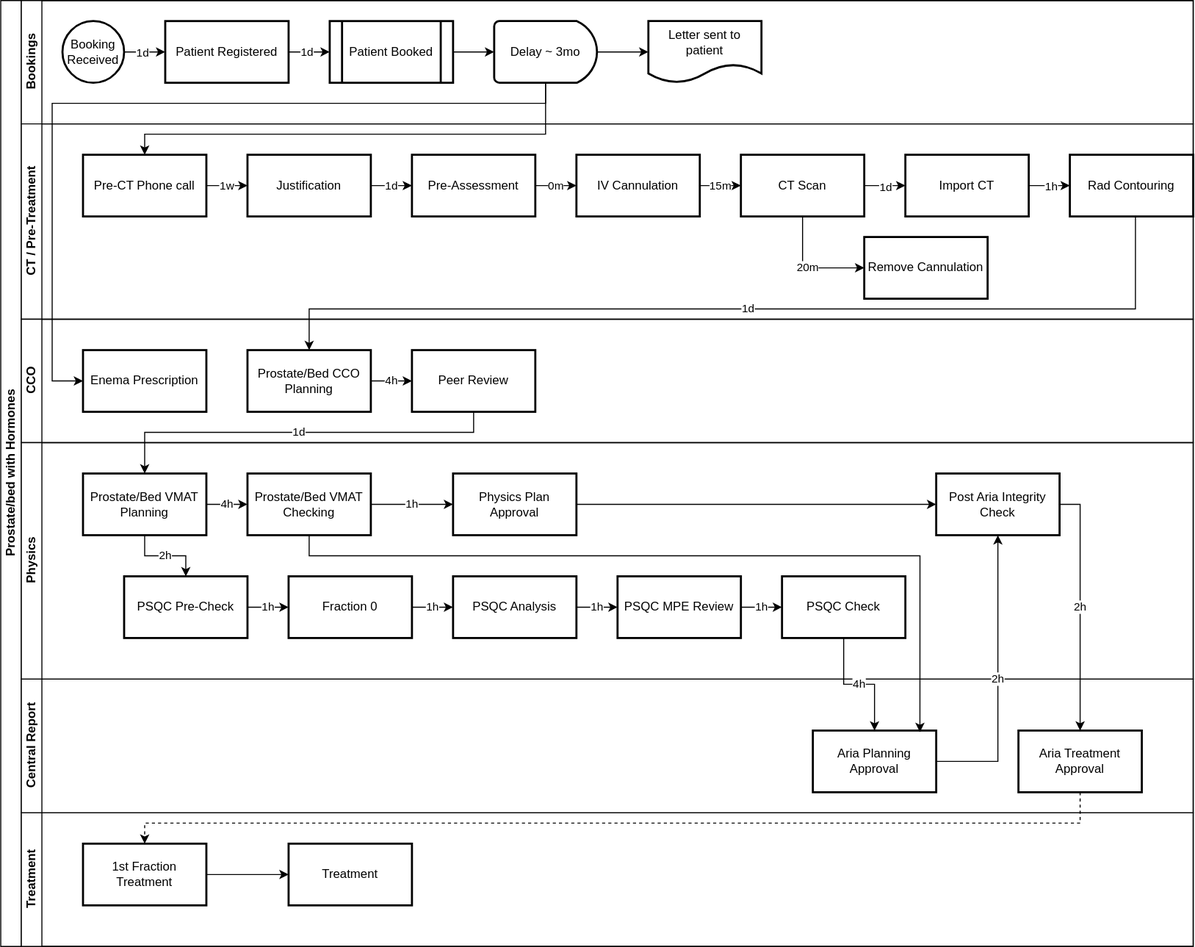
Above: Assets/ProstateNodes_Hormone.svg in MCollins87/CarePathReview (draw.io), before the change. Source tidied: cells renumbered, new cells last; positions are measured from the earlier drawing's top-left corner, leaving out a move shared by most shapes.
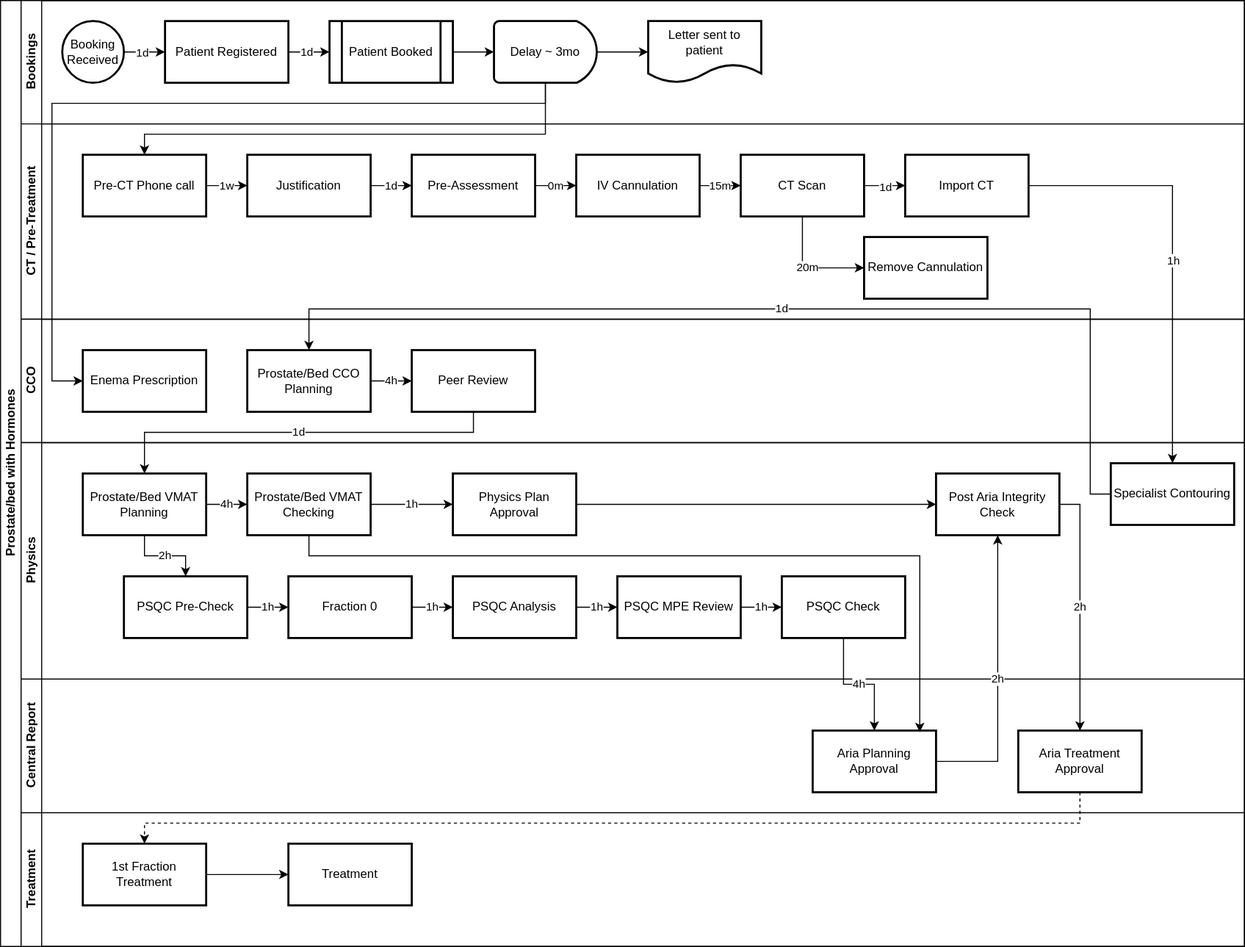
Later version of the same file.

The edit, as a diff of the source:
```diff
@@ -3,10 +3,10 @@
     <mxCell id="0" />
     <mxCell id="1" parent="0" />
     <mxCell id="2" value="Prostate/bed with Hormones" style="swimlane;html=1;horizontal=0;startSize=20;" parent="1" vertex="1">
-      <mxGeometry width="1160" height="920" as="geometry" />
+      <mxGeometry width="1210" height="920" as="geometry" />
     </mxCell>
     <mxCell id="3" value="Bookings" style="swimlane;html=1;startSize=20;horizontal=0;" parent="2" vertex="1">
-      <mxGeometry x="20" width="1140" height="120" as="geometry" />
+      <mxGeometry x="20" width="1190" height="120" as="geometry" />
     </mxCell>
     <mxCell id="4" style="edgeStyle=orthogonalEdgeStyle;rounded=0;jettySize=auto;html=1;" parent="3" edge="1" source="6" target="9">
       <mxGeometry relative="1" as="geometry" />
@@ -42,7 +42,7 @@
       <mxGeometry x="610" y="20" width="110" height="60" as="geometry" />
     </mxCell>
     <mxCell id="15" value="CT / Pre-Treatment" style="swimlane;html=1;startSize=20;horizontal=0;" parent="2" vertex="1">
-      <mxGeometry x="20" y="120" width="1140" height="190" as="geometry" />
+      <mxGeometry x="20" y="120" width="1190" height="190" as="geometry" />
     </mxCell>
     <mxCell id="16" value="1w" style="edgeStyle=orthogonalEdgeStyle;rounded=0;jettySize=auto;html=1;" parent="15" edge="1" source="17" target="19">
       <mxGeometry relative="1" as="geometry" />
@@ -83,20 +83,11 @@
     <mxCell id="28" value="0m" style="edgeStyle=orthogonalEdgeStyle;rounded=0;jettySize=auto;html=1;" parent="15" edge="1" source="21" target="27">
       <mxGeometry relative="1" as="geometry" />
     </mxCell>
-    <mxCell id="29" value="Rad Contouring" style="whiteSpace=wrap;html=1;strokeWidth=2;" parent="15" vertex="1">
-      <mxGeometry x="1020" y="30" width="120" height="60" as="geometry" />
-    </mxCell>
-    <mxCell id="30" style="edgeStyle=orthogonalEdgeStyle;rounded=0;jettySize=auto;html=1;" parent="15" edge="1" source="26" target="29">
-      <mxGeometry relative="1" as="geometry" />
-    </mxCell>
-    <mxCell id="31" value="1h" style="edgeLabel;html=1;align=center;verticalAlign=middle;" parent="30" vertex="1">
-      <mxGeometry x="0.03" relative="1" as="geometry" />
-    </mxCell>
     <mxCell id="32" value="Remove Cannulation" style="whiteSpace=wrap;html=1;strokeWidth=2;" parent="15" vertex="1">
       <mxGeometry x="820" y="110" width="120" height="60" as="geometry" />
     </mxCell>
     <mxCell id="33" value="CCO" style="swimlane;html=1;startSize=20;horizontal=0;" parent="2" vertex="1">
-      <mxGeometry x="20" y="310" width="1140" height="120" as="geometry" />
+      <mxGeometry x="20" y="310" width="1190" height="120" as="geometry" />
     </mxCell>
     <mxCell id="34" value="4h" style="edgeStyle=orthogonalEdgeStyle;rounded=0;jettySize=auto;html=1;" parent="33" edge="1" source="35" target="36">
       <mxGeometry relative="1" as="geometry" />
@@ -111,7 +102,7 @@
       <mxGeometry x="60" y="30" width="120" height="60" as="geometry" />
     </mxCell>
     <mxCell id="38" value="Physics" style="swimlane;html=1;startSize=20;horizontal=0;" parent="2" vertex="1">
-      <mxGeometry x="20" y="430" width="1140" height="230" as="geometry" />
+      <mxGeometry x="20" y="430" width="1190" height="230" as="geometry" />
     </mxCell>
     <mxCell id="39" value="4h" style="edgeStyle=orthogonalEdgeStyle;rounded=0;jettySize=auto;html=1;" parent="38" edge="1" source="41" target="43">
       <mxGeometry relative="1" as="geometry" />
@@ -164,8 +155,11 @@
     <mxCell id="55" value="Post Aria Integrity Check" style="whiteSpace=wrap;html=1;strokeWidth=2;" parent="38" vertex="1">
       <mxGeometry x="890" y="30" width="120" height="60" as="geometry" />
     </mxCell>
+    <mxCell id="29" value="Specialist Contouring" style="whiteSpace=wrap;html=1;strokeWidth=2;" parent="38" vertex="1">
+      <mxGeometry x="1060" y="20" width="120" height="60" as="geometry" />
+    </mxCell>
     <mxCell id="56" value="Central Report" style="swimlane;html=1;startSize=20;horizontal=0;" parent="2" vertex="1">
-      <mxGeometry x="20" y="660" width="1140" height="130" as="geometry" />
+      <mxGeometry x="20" y="660" width="1190" height="130" as="geometry" />
     </mxCell>
     <mxCell id="57" value="Aria Planning Approval" style="whiteSpace=wrap;html=1;strokeWidth=2;" parent="56" vertex="1">
       <mxGeometry x="770" y="50" width="120" height="60" as="geometry" />
@@ -174,7 +168,7 @@
       <mxGeometry x="970" y="50" width="120" height="60" as="geometry" />
     </mxCell>
     <mxCell id="59" value="Treatment" style="swimlane;html=1;startSize=20;horizontal=0;" parent="2" vertex="1">
-      <mxGeometry x="20" y="790" width="1140" height="130" as="geometry" />
+      <mxGeometry x="20" y="790" width="1190" height="130" as="geometry" />
     </mxCell>
     <mxCell id="60" style="edgeStyle=orthogonalEdgeStyle;rounded=0;jettySize=auto;html=1;" parent="59" edge="1" source="61" target="62">
       <mxGeometry relative="1" as="geometry" />
@@ -239,13 +233,20 @@
         </Array>
       </mxGeometry>
     </mxCell>
-    <mxCell id="71" value="1d" style="edgeStyle=orthogonalEdgeStyle;rounded=0;jettySize=auto;html=1;entryX=0.5;entryY=0;entryDx=0;entryDy=0;exitX=0.532;exitY=0.995;exitDx=0;exitDy=0;exitPerimeter=0;" parent="2" edge="1" source="29" target="35">
+    <mxCell id="71" value="1d" style="edgeStyle=orthogonalEdgeStyle;rounded=0;jettySize=auto;html=1;entryX=0.5;entryY=0;entryDx=0;entryDy=0;exitX=0;exitY=0.5;exitDx=0;exitDy=0;" parent="2" edge="1" source="29" target="35">
       <mxGeometry relative="1" as="geometry">
         <Array as="points">
-          <mxPoint x="1104" y="300" />
+          <mxPoint x="1060" y="480" />
+          <mxPoint x="1060" y="300" />
           <mxPoint x="300" y="300" />
         </Array>
       </mxGeometry>
     </mxCell>
+    <mxCell id="30" style="edgeStyle=orthogonalEdgeStyle;rounded=0;jettySize=auto;html=1;" parent="2" edge="1" source="26" target="29">
+      <mxGeometry relative="1" as="geometry" />
+    </mxCell>
+    <mxCell id="31" value="1h" style="edgeLabel;html=1;align=center;verticalAlign=middle;" parent="30" vertex="1">
+      <mxGeometry x="0.03" relative="1" as="geometry" />
+    </mxCell>
   </root>
 </mxGraphModel>
```
